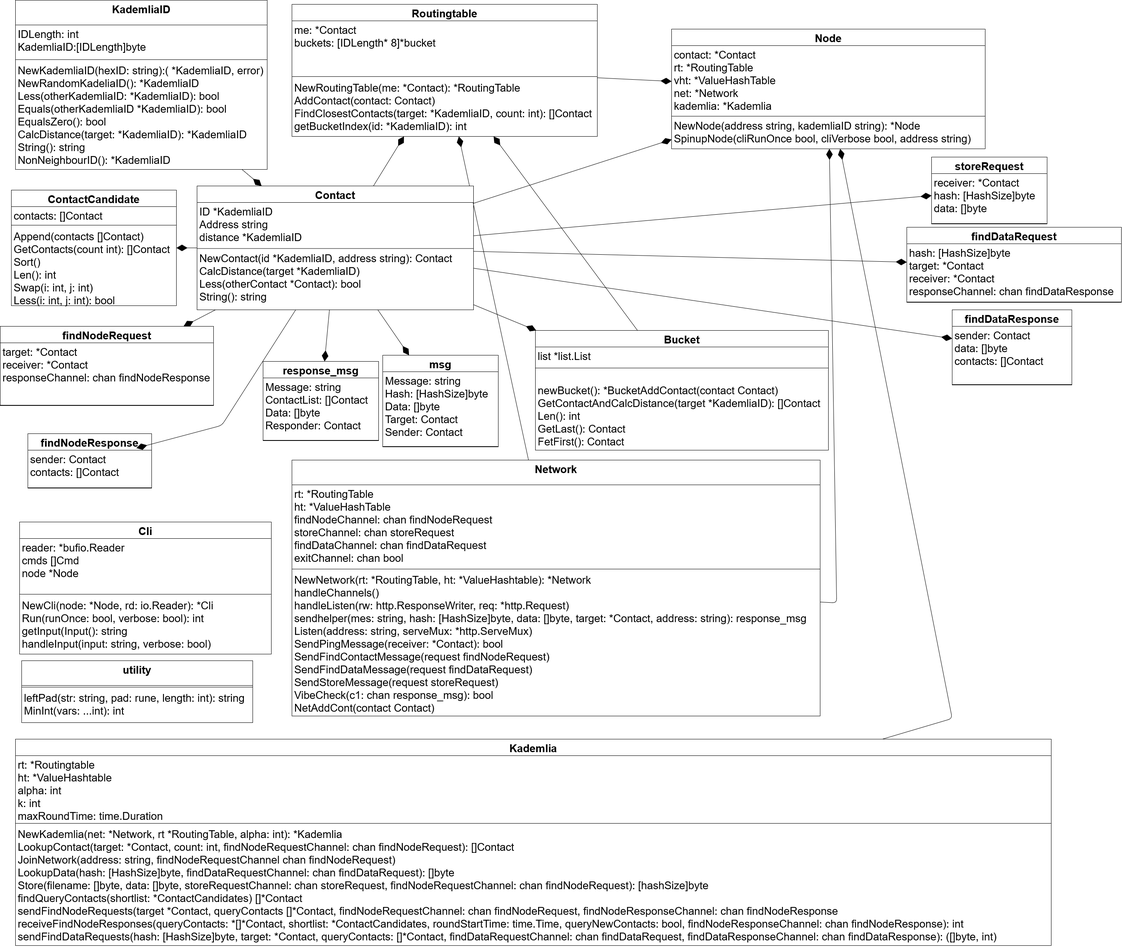
Before: architectural-description.png, a diagram exported from draw.io (osksun/d7024e-lab-grp-1). Source tidied: cells renumbered, new cells last; positions are measured from the earlier drawing's top-left corner, leaving out a move shared by most shapes.
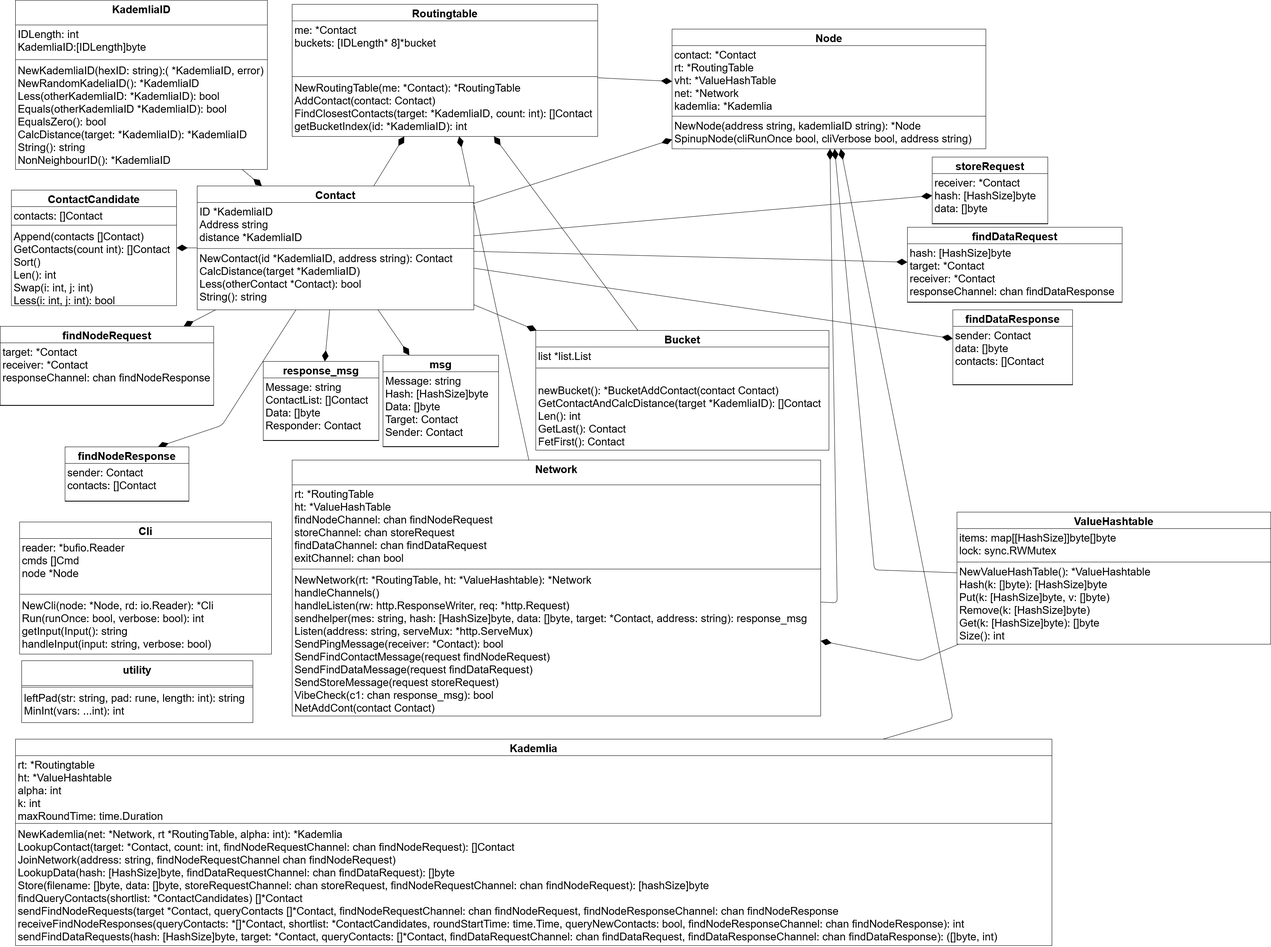
After the commit.

What changed in the source:
```diff
@@ -190,15 +190,6 @@
     <mxCell id="61" style="line;strokeWidth=1;fillColor=none;align=left;verticalAlign=middle;spacingTop=-1;spacingLeft=3;spacingRight=3;labelPosition=right;fontSize=26;" parent="59" vertex="1">
       <mxGeometry y="190" width="280" height="2" as="geometry" />
     </mxCell>
-    <mxCell id="62" value="findNodeResponse" style="swimlane;fontStyle=1;align=center;verticalAlign=top;horizontal=1;startSize=40;fontSize=26;" parent="1" vertex="1">
-      <mxGeometry x="67" y="1050" width="300" height="132" as="geometry" />
-    </mxCell>
-    <mxCell id="63" value="sender: Contact&#10;contacts: []Contact&#10;" style="text;strokeColor=none;fillColor=none;align=left;verticalAlign=top;spacingLeft=4;spacingRight=4;overflow=hidden;fontSize=26;" parent="62" vertex="1">
-      <mxGeometry y="40" width="300" height="90" as="geometry" />
-    </mxCell>
-    <mxCell id="64" style="line;strokeWidth=1;fillColor=none;align=left;verticalAlign=middle;spacingTop=-1;spacingLeft=3;spacingRight=3;labelPosition=right;fontSize=26;" parent="62" vertex="1">
-      <mxGeometry y="130" width="300" height="2" as="geometry" />
-    </mxCell>
     <mxCell id="65" value="findNodeRequest" style="swimlane;fontStyle=1;align=center;verticalAlign=top;horizontal=1;startSize=40;fontSize=26;" parent="1" vertex="1">
       <mxGeometry y="790" width="517" height="192" as="geometry" />
     </mxCell>
@@ -208,7 +199,7 @@
     <mxCell id="67" style="line;strokeWidth=1;fillColor=none;align=left;verticalAlign=middle;spacingTop=-1;spacingLeft=3;spacingRight=3;labelPosition=right;fontSize=26;" parent="65" vertex="1">
       <mxGeometry y="190" width="517" height="2" as="geometry" />
     </mxCell>
-    <mxCell id="68" style="endArrow=diamondThin;endFill=1;endSize=24;html=1;fontSize=26;entryX=0.877;entryY=0.265;entryDx=0;entryDy=0;entryPerimeter=0;" parent="1" edge="1" source="33" target="62">
+    <mxCell id="68" style="endArrow=diamondThin;endFill=1;endSize=24;html=1;fontSize=26;entryX=0.75;entryY=0;entryDx=0;entryDy=0;" parent="1" edge="1" source="33" target="62">
       <mxGeometry relative="1" as="geometry">
         <Array as="points">
           <mxPoint x="537" y="1030" />
@@ -251,5 +242,40 @@
     <mxCell id="80" style="line;strokeWidth=1;fillColor=none;align=left;verticalAlign=middle;spacingTop=-1;spacingLeft=3;spacingRight=3;labelPosition=right;fontSize=26;" parent="78" vertex="1">
       <mxGeometry y="180" width="290" height="2" as="geometry" />
     </mxCell>
+    <mxCell id="62" value="findNodeResponse" style="swimlane;fontStyle=1;align=center;verticalAlign=top;horizontal=1;startSize=40;fontSize=26;" parent="1" vertex="1">
+      <mxGeometry x="157" y="1082" width="300" height="132" as="geometry" />
+    </mxCell>
+    <mxCell id="63" value="sender: Contact&#10;contacts: []Contact&#10;" style="text;strokeColor=none;fillColor=none;align=left;verticalAlign=top;spacingLeft=4;spacingRight=4;overflow=hidden;fontSize=26;" parent="62" vertex="1">
+      <mxGeometry y="40" width="300" height="90" as="geometry" />
+    </mxCell>
+    <mxCell id="64" style="line;strokeWidth=1;fillColor=none;align=left;verticalAlign=middle;spacingTop=-1;spacingLeft=3;spacingRight=3;labelPosition=right;fontSize=26;" parent="62" vertex="1">
+      <mxGeometry y="130" width="300" height="2" as="geometry" />
+    </mxCell>
+    <mxCell id="81" style="endArrow=diamondThin;endFill=1;endSize=24;html=1;fontSize=26;" parent="1" edge="1" source="83" target="28">
+      <mxGeometry relative="1" as="geometry">
+        <Array as="points">
+          <mxPoint x="2227" y="1600" />
+        </Array>
+      </mxGeometry>
+    </mxCell>
+    <mxCell id="82" style="endArrow=diamondThin;endFill=1;endSize=24;html=1;fontSize=26;" parent="1" edge="1" source="83" target="20">
+      <mxGeometry relative="1" as="geometry">
+        <Array as="points">
+          <mxPoint x="2117" y="1380" />
+        </Array>
+      </mxGeometry>
+    </mxCell>
+    <mxCell id="83" value="ValueHashtable" style="swimlane;fontStyle=1;align=center;verticalAlign=top;horizontal=1;startSize=40;fontSize=26;" parent="1" vertex="1">
+      <mxGeometry x="2317" y="1240" width="760" height="320" as="geometry" />
+    </mxCell>
+    <mxCell id="84" value="items: map[[HashSize]]byte[]byte&#10;lock: sync.RWMutex&#10;" style="text;strokeColor=none;fillColor=none;align=left;verticalAlign=top;spacingLeft=4;spacingRight=4;overflow=hidden;fontSize=26;" parent="83" vertex="1">
+      <mxGeometry y="40" width="760" height="80" as="geometry" />
+    </mxCell>
+    <mxCell id="85" style="line;strokeWidth=1;fillColor=none;align=left;verticalAlign=middle;spacingTop=-1;spacingLeft=3;spacingRight=3;labelPosition=right;fontSize=26;" parent="83" vertex="1">
+      <mxGeometry y="120" width="760" height="2" as="geometry" />
+    </mxCell>
+    <mxCell id="86" value="NewValueHashTable(): *ValueHashtable&#10;Hash(k: []byte): [HashSize]byte&#10;Put(k: [HashSize]byte, v: []byte)&#10;Remove(k: [HashSize]byte)&#10;Get(k: [HashSize]byte): []byte&#10;Size(): int" style="text;strokeColor=none;fillColor=none;align=left;verticalAlign=top;spacingLeft=4;spacingRight=4;overflow=hidden;fontSize=26;" parent="83" vertex="1">
+      <mxGeometry y="122" width="760" height="198" as="geometry" />
+    </mxCell>
   </root>
 </mxGraphModel>
```
